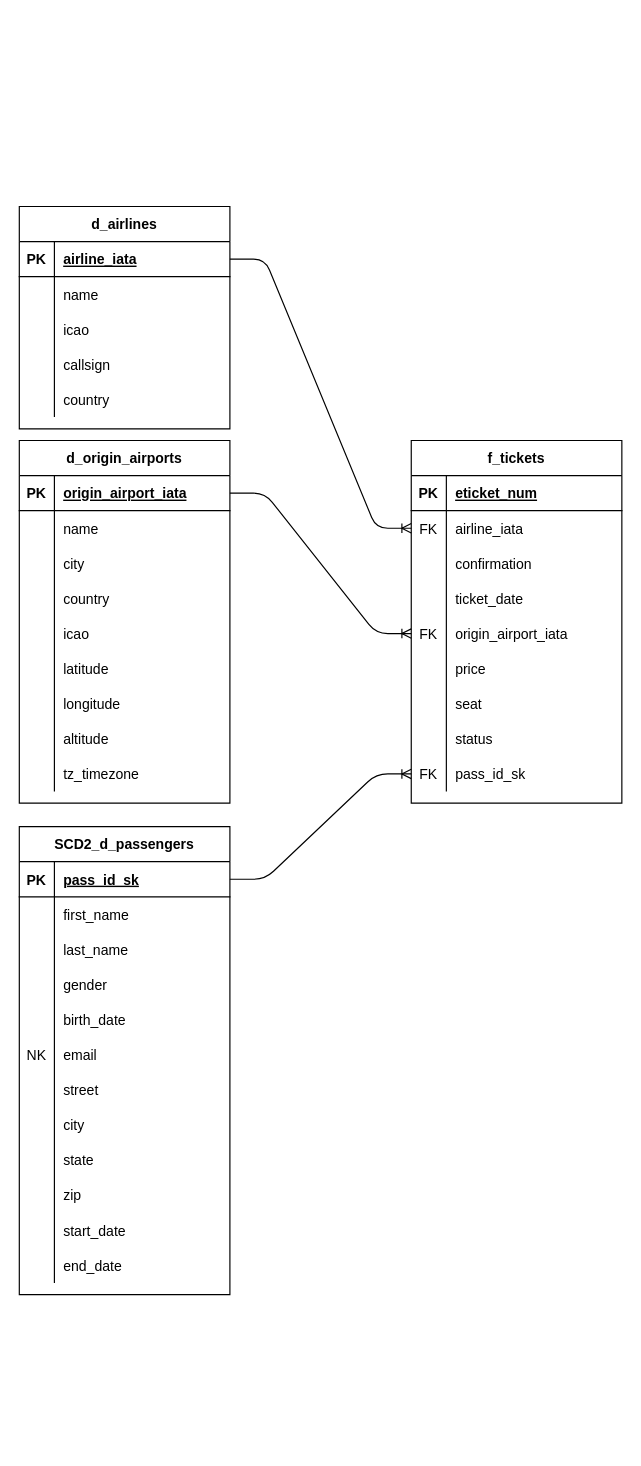
Earlier version of the draw.io diagram models/ticket_processor_model.drawio (Reed-Carter/Airport_Data_Model). Source tidied: cells renumbered, new cells numbered last; positions are measured from the earlier drawing's top-left corner, leaving out a move shared by most shapes. Both pictures are drawn from the tidied source at 117%, with x=0, y=0 at pixel (19, 206).
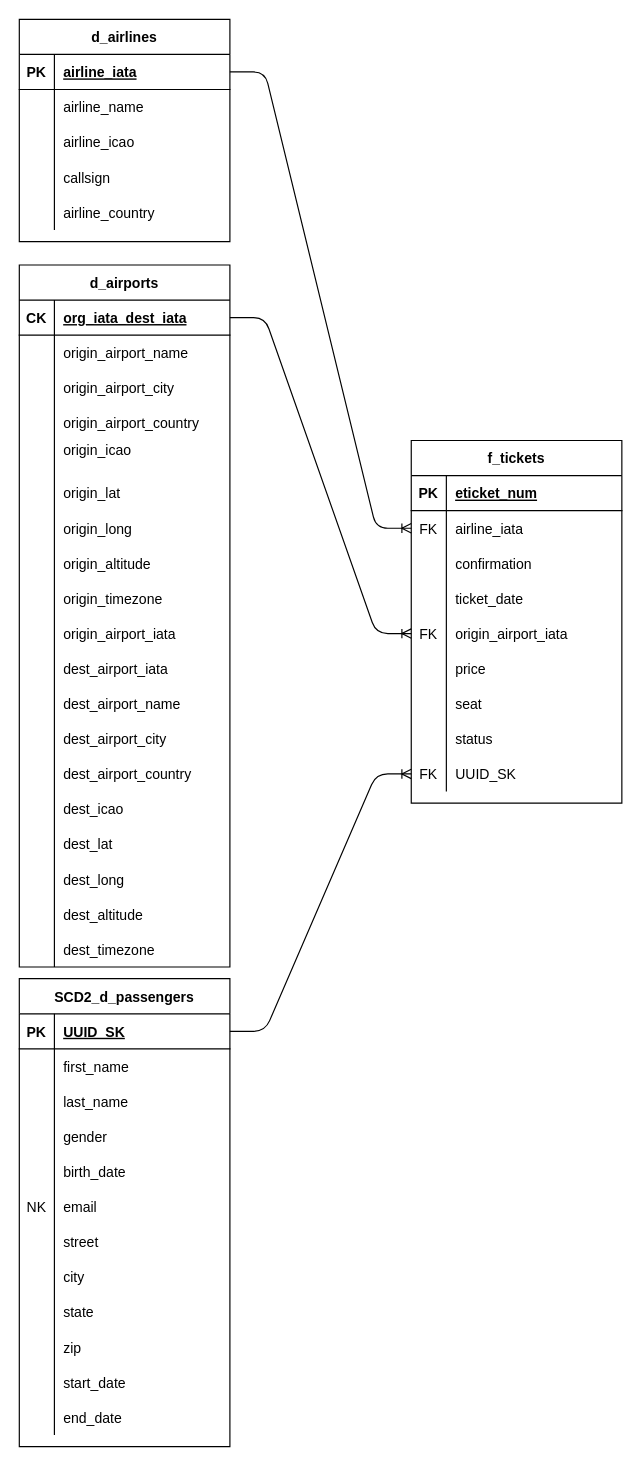
After the change.

Commit message:
create erd diagram for the assignment

The change refers to these unchanged cells:
```xml
<mxCell id="3" style="shape=partialRectangle;fillColor=none;top=0;left=0;bottom=1;right=0;points=[[0,0.5],[1,0.5]];portConstraint=eastwest;" parent="2" vertex="1">
  <mxGeometry y="30" width="180" height="30" as="geometry" />
</mxCell>
<mxCell id="6" style="shape=partialRectangle;fillColor=none;top=0;left=0;bottom=0;right=0;" parent="2" vertex="1">
  <mxGeometry y="60" width="180" height="30" as="geometry" />
</mxCell>
<mxCell id="9" style="shape=partialRectangle;fillColor=none;top=0;left=0;bottom=0;right=0;" parent="2" vertex="1">
  <mxGeometry y="90" width="180" height="30" as="geometry" />
</mxCell>
<mxCell id="12" style="shape=partialRectangle;fillColor=none;top=0;left=0;bottom=0;right=0;" parent="2" vertex="1">
  <mxGeometry y="120" width="180" height="30" as="geometry" />
</mxCell>
<mxCell id="15" style="shape=partialRectangle;fillColor=none;top=0;left=0;bottom=0;right=0;" parent="2" vertex="1">
  <mxGeometry y="150" width="180" height="30" as="geometry" />
</mxCell>
<mxCell id="18" style="shape=partialRectangle;fillColor=none;top=0;left=0;bottom=0;right=0;" parent="2" vertex="1">
  <mxGeometry y="180" width="180" height="30" as="geometry" />
</mxCell>
<mxCell id="21" style="shape=partialRectangle;fillColor=none;top=0;left=0;bottom=0;right=0;" parent="2" vertex="1">
  <mxGeometry y="210" width="180" height="30" as="geometry" />
</mxCell>
<mxCell id="24" style="shape=partialRectangle;fillColor=none;top=0;left=0;bottom=0;right=0;" parent="2" vertex="1">
  <mxGeometry y="240" width="180" height="30" as="geometry" />
</mxCell>
<mxCell id="27" style="shape=partialRectangle;fillColor=none;top=0;left=0;bottom=0;right=0;" parent="2" vertex="1">
  <mxGeometry y="270" width="180" height="30" as="geometry" />
</mxCell>
<mxCell id="31" style="shape=partialRectangle;fillColor=none;top=0;left=0;bottom=1;right=0;points=[[0,0.5],[1,0.5]];portConstraint=eastwest;" parent="30" vertex="1">
  <mxGeometry y="30" width="180" height="30" as="geometry" />
</mxCell>
<mxCell id="71" style="shape=partialRectangle;fillColor=none;top=0;left=0;bottom=0;right=0;points=[[0,0.5],[1,0.5]];portConstraint=eastwest;" parent="67" vertex="1">
  <mxGeometry y="60" width="180" height="30" as="geometry" />
</mxCell>
<mxCell id="80" style="shape=partialRectangle;fillColor=none;top=0;left=0;bottom=0;right=0;points=[[0,0.5],[1,0.5]];portConstraint=eastwest;" parent="67" vertex="1">
  <mxGeometry y="150" width="180" height="30" as="geometry" />
</mxCell>
<mxCell id="92" style="shape=partialRectangle;fillColor=none;top=0;left=0;bottom=0;right=0;points=[[0,0.5],[1,0.5]];portConstraint=eastwest;" parent="67" vertex="1">
  <mxGeometry y="270" width="180" height="30" as="geometry" />
</mxCell>
<mxCell id="96" style="shape=partialRectangle;fillColor=none;top=0;left=0;bottom=1;right=0;points=[[0,0.5],[1,0.5]];portConstraint=eastwest;" parent="95" vertex="1">
  <mxGeometry y="30" width="180" height="30" as="geometry" />
</mxCell>
<mxCell id="99" style="shape=partialRectangle;fillColor=none;top=0;left=0;bottom=0;right=0;" parent="95" vertex="1">
  <mxGeometry y="60" width="180" height="30" as="geometry" />
</mxCell>
<mxCell id="102" style="shape=partialRectangle;fillColor=none;top=0;left=0;bottom=0;right=0;" parent="95" vertex="1">
  <mxGeometry y="90" width="180" height="30" as="geometry" />
</mxCell>
<mxCell id="108" style="shape=partialRectangle;fillColor=none;top=0;left=0;bottom=0;right=0;" parent="95" vertex="1">
  <mxGeometry y="150" width="180" height="30" as="geometry" />
</mxCell>
```

What changed in the source:
```diff
@@
-    <mxCell id="2" value="d_origin_airports" style="shape=table;startSize=30;childLayout=tableLayout;rowLines=0;fontStyle=1;align=center;" parent="1" vertex="1">
-      <mxGeometry y="200" width="180" height="310" as="geometry" />
+    <mxCell id="2" value="d_airports" style="shape=table;startSize=30;childLayout=tableLayout;rowLines=0;fontStyle=1;align=center;" parent="1" vertex="1">
+      <mxGeometry y="50" width="180" height="600" as="geometry" />
     </mxCell>
@@
-    <mxCell id="4" value="PK" style="shape=partialRectangle;fillColor=none;top=0;left=0;bottom=0;right=0;fontStyle=1;overflow=hidden;" parent="3" vertex="1">
-      <mxGeometry width="30" height="30" as="geometry" />
-    </mxCell>
-    <mxCell id="5" value="origin_airport_iata" style="shape=partialRectangle;fillColor=none;top=0;left=0;bottom=0;right=0;align=left;spacingLeft=6;fontStyle=5;overflow=hidden;" parent="3" vertex="1">
-      <mxGeometry x="30" width="150" height="30" as="geometry" />
-    </mxCell>
+    <mxCell id="114" value="CK" style="shape=partialRectangle;fillColor=none;top=0;left=0;bottom=0;right=0;fontStyle=1;overflow=hidden;" parent="3" vertex="1">
+      <mxGeometry width="30" height="30" as="geometry" />
+    </mxCell>
+    <mxCell id="115" value="org_iata_dest_iata" style="shape=partialRectangle;fillColor=none;top=0;left=0;bottom=0;right=0;align=left;spacingLeft=6;fontStyle=5;overflow=hidden;" parent="3" vertex="1">
+      <mxGeometry x="30" width="150" height="30" as="geometry" />
+    </mxCell>
@@
-    <mxCell id="8" value="name" style="shape=partialRectangle;fillColor=none;top=0;left=0;bottom=0;right=0;align=left;spacingLeft=6;overflow=hidden;" parent="6" vertex="1">
+    <mxCell id="8" value="origin_airport_name" style="shape=partialRectangle;fillColor=none;top=0;left=0;bottom=0;right=0;align=left;spacingLeft=6;overflow=hidden;" parent="6" vertex="1">
       <mxGeometry x="30" width="150" height="30" as="geometry" />
     </mxCell>
@@
-    <mxCell id="11" value="city" style="shape=partialRectangle;fillColor=none;top=0;left=0;bottom=0;right=0;align=left;spacingLeft=6;overflow=hidden;" parent="9" vertex="1">
+    <mxCell id="11" value="origin_airport_city" style="shape=partialRectangle;fillColor=none;top=0;left=0;bottom=0;right=0;align=left;spacingLeft=6;overflow=hidden;" parent="9" vertex="1">
       <mxGeometry x="30" width="150" height="30" as="geometry" />
     </mxCell>
@@
-    <mxCell id="14" value="country" style="shape=partialRectangle;fillColor=none;top=0;left=0;bottom=0;right=0;align=left;spacingLeft=6;overflow=hidden;" parent="12" vertex="1">
+    <mxCell id="14" value="origin_airport_country" style="shape=partialRectangle;fillColor=none;top=0;left=0;bottom=0;right=0;align=left;spacingLeft=6;overflow=hidden;" parent="12" vertex="1">
       <mxGeometry x="30" width="150" height="30" as="geometry" />
     </mxCell>
@@
-    <mxCell id="17" value="icao" style="shape=partialRectangle;fillColor=none;top=0;left=0;bottom=0;right=0;align=left;spacingLeft=6;overflow=hidden;" parent="15" vertex="1">
+    <mxCell id="17" value="origin_icao&#10;&#10;" style="shape=partialRectangle;fillColor=none;top=0;left=0;bottom=0;right=0;align=left;spacingLeft=6;overflow=hidden;" parent="15" vertex="1">
       <mxGeometry x="30" width="150" height="30" as="geometry" />
     </mxCell>
@@
-    <mxCell id="20" value="latitude" style="shape=partialRectangle;fillColor=none;top=0;left=0;bottom=0;right=0;align=left;spacingLeft=6;overflow=hidden;" parent="18" vertex="1">
+    <mxCell id="20" value="origin_lat" style="shape=partialRectangle;fillColor=none;top=0;left=0;bottom=0;right=0;align=left;spacingLeft=6;overflow=hidden;" parent="18" vertex="1">
       <mxGeometry x="30" width="150" height="30" as="geometry" />
     </mxCell>
@@
-    <mxCell id="23" value="longitude" style="shape=partialRectangle;fillColor=none;top=0;left=0;bottom=0;right=0;align=left;spacingLeft=6;overflow=hidden;" parent="21" vertex="1">
+    <mxCell id="23" value="origin_long" style="shape=partialRectangle;fillColor=none;top=0;left=0;bottom=0;right=0;align=left;spacingLeft=6;overflow=hidden;" parent="21" vertex="1">
       <mxGeometry x="30" width="150" height="30" as="geometry" />
     </mxCell>
@@
-    <mxCell id="26" value="altitude" style="shape=partialRectangle;fillColor=none;top=0;left=0;bottom=0;right=0;align=left;spacingLeft=6;overflow=hidden;" parent="24" vertex="1">
+    <mxCell id="26" value="origin_altitude" style="shape=partialRectangle;fillColor=none;top=0;left=0;bottom=0;right=0;align=left;spacingLeft=6;overflow=hidden;" parent="24" vertex="1">
       <mxGeometry x="30" width="150" height="30" as="geometry" />
     </mxCell>
@@
-    <mxCell id="29" value="tz_timezone" style="shape=partialRectangle;fillColor=none;top=0;left=0;bottom=0;right=0;align=left;spacingLeft=6;overflow=hidden;" parent="27" vertex="1">
+    <mxCell id="29" value="origin_timezone" style="shape=partialRectangle;fillColor=none;top=0;left=0;bottom=0;right=0;align=left;spacingLeft=6;overflow=hidden;" parent="27" vertex="1">
       <mxGeometry x="30" width="150" height="30" as="geometry" />
     </mxCell>
+    <mxCell id="116" style="shape=partialRectangle;fillColor=none;top=0;left=0;bottom=0;right=0;" parent="2" vertex="1">
+      <mxGeometry y="300" width="180" height="30" as="geometry" />
+    </mxCell>
+    <mxCell id="117" style="shape=partialRectangle;fillColor=none;top=0;left=0;bottom=0;right=0;overflow=hidden;" parent="116" vertex="1">
+      <mxGeometry width="30" height="30" as="geometry" />
+    </mxCell>
+    <mxCell id="5" value="origin_airport_iata" style="shape=partialRectangle;fillColor=none;top=0;left=0;bottom=0;right=0;align=left;spacingLeft=6;overflow=hidden;" parent="116" vertex="1">
+      <mxGeometry x="30" width="150" height="30" as="geometry" />
+    </mxCell>
+    <mxCell id="118" style="shape=partialRectangle;fillColor=none;top=0;left=0;bottom=0;right=0;" parent="2" vertex="1">
+      <mxGeometry y="330" width="180" height="30" as="geometry" />
+    </mxCell>
+    <mxCell id="119" style="shape=partialRectangle;fillColor=none;top=0;left=0;bottom=0;right=0;overflow=hidden;" parent="118" vertex="1">
+      <mxGeometry width="30" height="30" as="geometry" />
+    </mxCell>
+    <mxCell id="120" value="dest_airport_iata" style="shape=partialRectangle;fillColor=none;top=0;left=0;bottom=0;right=0;align=left;spacingLeft=6;overflow=hidden;" parent="118" vertex="1">
+      <mxGeometry x="30" width="150" height="30" as="geometry" />
+    </mxCell>
+    <mxCell id="121" style="shape=partialRectangle;fillColor=none;top=0;left=0;bottom=0;right=0;" parent="2" vertex="1">
+      <mxGeometry y="360" width="180" height="30" as="geometry" />
+    </mxCell>
+    <mxCell id="122" style="shape=partialRectangle;fillColor=none;top=0;left=0;bottom=0;right=0;overflow=hidden;" parent="121" vertex="1">
+      <mxGeometry width="30" height="30" as="geometry" />
+    </mxCell>
+    <mxCell id="123" value="dest_airport_name" style="shape=partialRectangle;fillColor=none;top=0;left=0;bottom=0;right=0;align=left;spacingLeft=6;overflow=hidden;" parent="121" vertex="1">
+      <mxGeometry x="30" width="150" height="30" as="geometry" />
+    </mxCell>
+    <mxCell id="124" style="shape=partialRectangle;fillColor=none;top=0;left=0;bottom=0;right=0;" parent="2" vertex="1">
+      <mxGeometry y="390" width="180" height="30" as="geometry" />
+    </mxCell>
+    <mxCell id="125" style="shape=partialRectangle;fillColor=none;top=0;left=0;bottom=0;right=0;overflow=hidden;" parent="124" vertex="1">
+      <mxGeometry width="30" height="30" as="geometry" />
+    </mxCell>
+    <mxCell id="126" value="dest_airport_city" style="shape=partialRectangle;fillColor=none;top=0;left=0;bottom=0;right=0;align=left;spacingLeft=6;overflow=hidden;" parent="124" vertex="1">
+      <mxGeometry x="30" width="150" height="30" as="geometry" />
+    </mxCell>
+    <mxCell id="127" style="shape=partialRectangle;fillColor=none;top=0;left=0;bottom=0;right=0;" parent="2" vertex="1">
+      <mxGeometry y="420" width="180" height="30" as="geometry" />
+    </mxCell>
+    <mxCell id="128" style="shape=partialRectangle;fillColor=none;top=0;left=0;bottom=0;right=0;overflow=hidden;" parent="127" vertex="1">
+      <mxGeometry width="30" height="30" as="geometry" />
+    </mxCell>
+    <mxCell id="129" value="dest_airport_country" style="shape=partialRectangle;fillColor=none;top=0;left=0;bottom=0;right=0;align=left;spacingLeft=6;overflow=hidden;" parent="127" vertex="1">
+      <mxGeometry x="30" width="150" height="30" as="geometry" />
+    </mxCell>
+    <mxCell id="130" style="shape=partialRectangle;fillColor=none;top=0;left=0;bottom=0;right=0;" parent="2" vertex="1">
+      <mxGeometry y="450" width="180" height="30" as="geometry" />
+    </mxCell>
+    <mxCell id="131" style="shape=partialRectangle;fillColor=none;top=0;left=0;bottom=0;right=0;overflow=hidden;" parent="130" vertex="1">
+      <mxGeometry width="30" height="30" as="geometry" />
+    </mxCell>
+    <mxCell id="132" value="dest_icao" style="shape=partialRectangle;fillColor=none;top=0;left=0;bottom=0;right=0;align=left;spacingLeft=6;overflow=hidden;" parent="130" vertex="1">
+      <mxGeometry x="30" width="150" height="30" as="geometry" />
+    </mxCell>
+    <mxCell id="133" style="shape=partialRectangle;fillColor=none;top=0;left=0;bottom=0;right=0;" parent="2" vertex="1">
+      <mxGeometry y="480" width="180" height="30" as="geometry" />
+    </mxCell>
+    <mxCell id="134" style="shape=partialRectangle;fillColor=none;top=0;left=0;bottom=0;right=0;overflow=hidden;" parent="133" vertex="1">
+      <mxGeometry width="30" height="30" as="geometry" />
+    </mxCell>
+    <mxCell id="135" value="dest_lat" style="shape=partialRectangle;fillColor=none;top=0;left=0;bottom=0;right=0;align=left;spacingLeft=6;overflow=hidden;" parent="133" vertex="1">
+      <mxGeometry x="30" width="150" height="30" as="geometry" />
+    </mxCell>
+    <mxCell id="136" style="shape=partialRectangle;fillColor=none;top=0;left=0;bottom=0;right=0;" parent="2" vertex="1">
+      <mxGeometry y="510" width="180" height="30" as="geometry" />
+    </mxCell>
+    <mxCell id="137" style="shape=partialRectangle;fillColor=none;top=0;left=0;bottom=0;right=0;overflow=hidden;" parent="136" vertex="1">
+      <mxGeometry width="30" height="30" as="geometry" />
+    </mxCell>
+    <mxCell id="138" value="dest_long" style="shape=partialRectangle;fillColor=none;top=0;left=0;bottom=0;right=0;align=left;spacingLeft=6;overflow=hidden;" parent="136" vertex="1">
+      <mxGeometry x="30" width="150" height="30" as="geometry" />
+    </mxCell>
+    <mxCell id="139" style="shape=partialRectangle;fillColor=none;top=0;left=0;bottom=0;right=0;" parent="2" vertex="1">
+      <mxGeometry y="540" width="180" height="30" as="geometry" />
+    </mxCell>
+    <mxCell id="140" style="shape=partialRectangle;fillColor=none;top=0;left=0;bottom=0;right=0;overflow=hidden;" parent="139" vertex="1">
+      <mxGeometry width="30" height="30" as="geometry" />
+    </mxCell>
+    <mxCell id="141" value="dest_altitude" style="shape=partialRectangle;fillColor=none;top=0;left=0;bottom=0;right=0;align=left;spacingLeft=6;overflow=hidden;" parent="139" vertex="1">
+      <mxGeometry x="30" width="150" height="30" as="geometry" />
+    </mxCell>
+    <mxCell id="142" style="shape=partialRectangle;fillColor=none;top=0;left=0;bottom=0;right=0;" parent="2" vertex="1">
+      <mxGeometry y="570" width="180" height="30" as="geometry" />
+    </mxCell>
+    <mxCell id="143" style="shape=partialRectangle;fillColor=none;top=0;left=0;bottom=0;right=0;overflow=hidden;" parent="142" vertex="1">
+      <mxGeometry width="30" height="30" as="geometry" />
+    </mxCell>
+    <mxCell id="144" value="dest_timezone" style="shape=partialRectangle;fillColor=none;top=0;left=0;bottom=0;right=0;align=left;spacingLeft=6;overflow=hidden;" parent="142" vertex="1">
+      <mxGeometry x="30" width="150" height="30" as="geometry" />
+    </mxCell>
     <mxCell id="30" value="SCD2_d_passengers" style="shape=table;startSize=30;childLayout=tableLayout;rowLines=0;fontStyle=1;align=center;" parent="1" vertex="1">
-      <mxGeometry y="530" width="180" height="400" as="geometry" />
+      <mxGeometry y="660" width="180" height="400" as="geometry" />
     </mxCell>
@@
-    <mxCell id="33" value="pass_id_sk" style="shape=partialRectangle;fillColor=none;top=0;left=0;bottom=0;right=0;align=left;spacingLeft=6;fontStyle=5;overflow=hidden;" parent="31" vertex="1">
+    <mxCell id="33" value="UUID_SK" style="shape=partialRectangle;fillColor=none;top=0;left=0;bottom=0;right=0;align=left;spacingLeft=6;fontStyle=5;overflow=hidden;" parent="31" vertex="1">
       <mxGeometry x="30" width="150" height="30" as="geometry" />
     </mxCell>
@@
-    <mxCell id="94" value="pass_id_sk" style="shape=partialRectangle;fillColor=none;top=0;left=0;bottom=0;right=0;align=left;spacingLeft=6;overflow=hidden;" parent="92" vertex="1">
+    <mxCell id="94" value="UUID_SK" style="shape=partialRectangle;fillColor=none;top=0;left=0;bottom=0;right=0;align=left;spacingLeft=6;overflow=hidden;" parent="92" vertex="1">
       <mxGeometry x="30" width="150" height="30" as="geometry" />
     </mxCell>
     <mxCell id="95" value="d_airlines" style="shape=table;startSize=30;childLayout=tableLayout;rowLines=0;fontStyle=1;align=center;" parent="1" vertex="1">
-      <mxGeometry width="180" height="190" as="geometry" />
+      <mxGeometry y="-160" width="180" height="190" as="geometry" />
     </mxCell>
@@
-    <mxCell id="101" value="name" style="shape=partialRectangle;fillColor=none;top=0;left=0;bottom=0;right=0;align=left;spacingLeft=6;overflow=hidden;" parent="99" vertex="1">
+    <mxCell id="101" value="airline_name" style="shape=partialRectangle;fillColor=none;top=0;left=0;bottom=0;right=0;align=left;spacingLeft=6;overflow=hidden;" parent="99" vertex="1">
       <mxGeometry x="30" width="150" height="30" as="geometry" />
     </mxCell>
@@
-    <mxCell id="104" value="icao" style="shape=partialRectangle;fillColor=none;top=0;left=0;bottom=0;right=0;align=left;spacingLeft=6;overflow=hidden;" parent="102" vertex="1">
+    <mxCell id="104" value="airline_icao" style="shape=partialRectangle;fillColor=none;top=0;left=0;bottom=0;right=0;align=left;spacingLeft=6;overflow=hidden;" parent="102" vertex="1">
       <mxGeometry x="30" width="150" height="30" as="geometry" />
     </mxCell>
@@
-    <mxCell id="110" value="country" style="shape=partialRectangle;fillColor=none;top=0;left=0;bottom=0;right=0;align=left;spacingLeft=6;overflow=hidden;" parent="108" vertex="1">
+    <mxCell id="110" value="airline_country" style="shape=partialRectangle;fillColor=none;top=0;left=0;bottom=0;right=0;align=left;spacingLeft=6;overflow=hidden;" parent="108" vertex="1">
       <mxGeometry x="30" width="150" height="30" as="geometry" />
     </mxCell>
@@
+    <mxCell id="113" style="edgeStyle=entityRelationEdgeStyle;fontSize=12;html=1;endArrow=ERoneToMany;entryX=0;entryY=0.5;entryDx=0;entryDy=0;exitX=1;exitY=0.5;exitDx=0;exitDy=0;" parent="1" edge="1" source="96" target="71">
+      <mxGeometry relative="1" as="geometry" />
+    </mxCell>
-    <mxCell id="112" style="edgeStyle=entityRelationEdgeStyle;fontSize=12;html=1;endArrow=ERoneToMany;entryX=0;entryY=0.5;entryDx=0;entryDy=0;exitX=1;exitY=0.5;exitDx=0;exitDy=0;" parent="1" edge="1" source="3" target="80">
+    <mxCell id="112" style="edgeStyle=entityRelationEdgeStyle;fontSize=12;html=1;endArrow=ERoneToMany;exitX=1;exitY=0.5;exitDx=0;exitDy=0;entryX=0;entryY=0.5;entryDx=0;entryDy=0;" parent="1" edge="1" source="3" target="80">
       <mxGeometry relative="1" as="geometry" />
     </mxCell>
-    <mxCell id="113" style="edgeStyle=entityRelationEdgeStyle;fontSize=12;html=1;endArrow=ERoneToMany;entryX=0;entryY=0.5;entryDx=0;entryDy=0;exitX=1;exitY=0.5;exitDx=0;exitDy=0;" parent="1" edge="1" source="96" target="71">
-      <mxGeometry relative="1" as="geometry" />
-    </mxCell>
```
